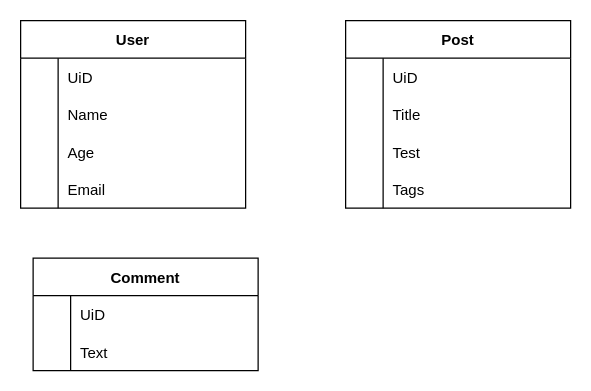
This is Mongo Blog DB.drawio from NorieM/udemy, a draw.io file, before an edit. Source tidied: cells renumbered, new cells numbered last; positions are measured from the earlier drawing's top-left corner, leaving out a move shared by most shapes. Both pictures are drawn from the tidied source at 125%, with x=0, y=0 at pixel (20, 20).
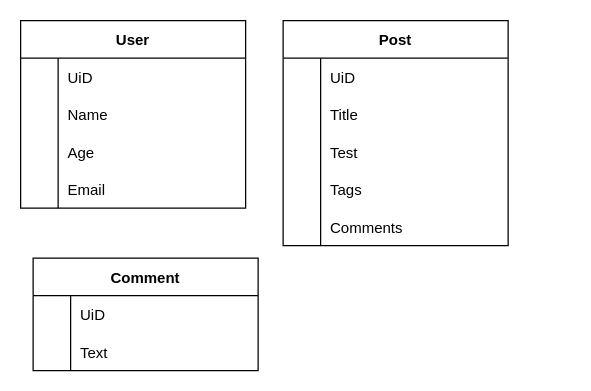
The same page after the edit.

Change to the diagram source:
```diff
@@
     <mxCell id="15" value="Post" style="shape=table;startSize=30;childLayout=tableLayout;rowLines=0;fontStyle=1;align=center;" parent="1" vertex="1">
-      <mxGeometry x="260" width="180" height="150" as="geometry" />
+      <mxGeometry x="210" width="180" height="180" as="geometry" />
     </mxCell>
@@
+    <mxCell id="35" style="shape=partialRectangle;fillColor=none;top=0;left=0;bottom=0;right=0;" parent="15" vertex="1">
+      <mxGeometry y="150" width="180" height="30" as="geometry" />
+    </mxCell>
+    <mxCell id="36" style="shape=partialRectangle;fillColor=none;top=0;left=0;bottom=0;right=0;overflow=hidden;" parent="35" vertex="1">
+      <mxGeometry width="30" height="30" as="geometry" />
+    </mxCell>
+    <mxCell id="37" value="Comments" style="shape=partialRectangle;fillColor=none;top=0;left=0;bottom=0;right=0;align=left;spacingLeft=6;overflow=hidden;" parent="35" vertex="1">
+      <mxGeometry x="30" width="150" height="30" as="geometry" />
+    </mxCell>
```
